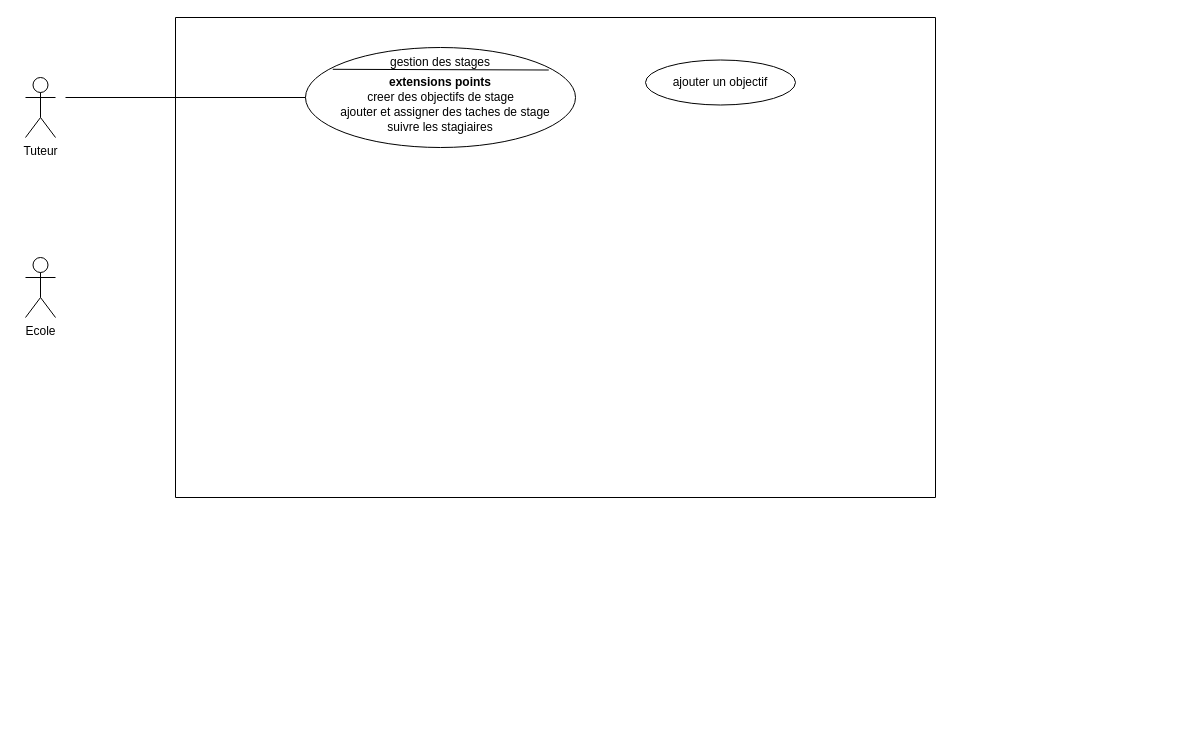
Earlier version of the draw.io diagram public/assets/Diagramme sans nom.drawio (A2blackMZ/Sams-Dine-ALIDOU). Source tidied: cells renumbered, new cells numbered last; positions are measured from the earlier drawing's top-left corner, leaving out a move shared by most shapes. Both pictures are drawn from the tidied source at 100%, with x=0, y=0 at pixel (25, 17).
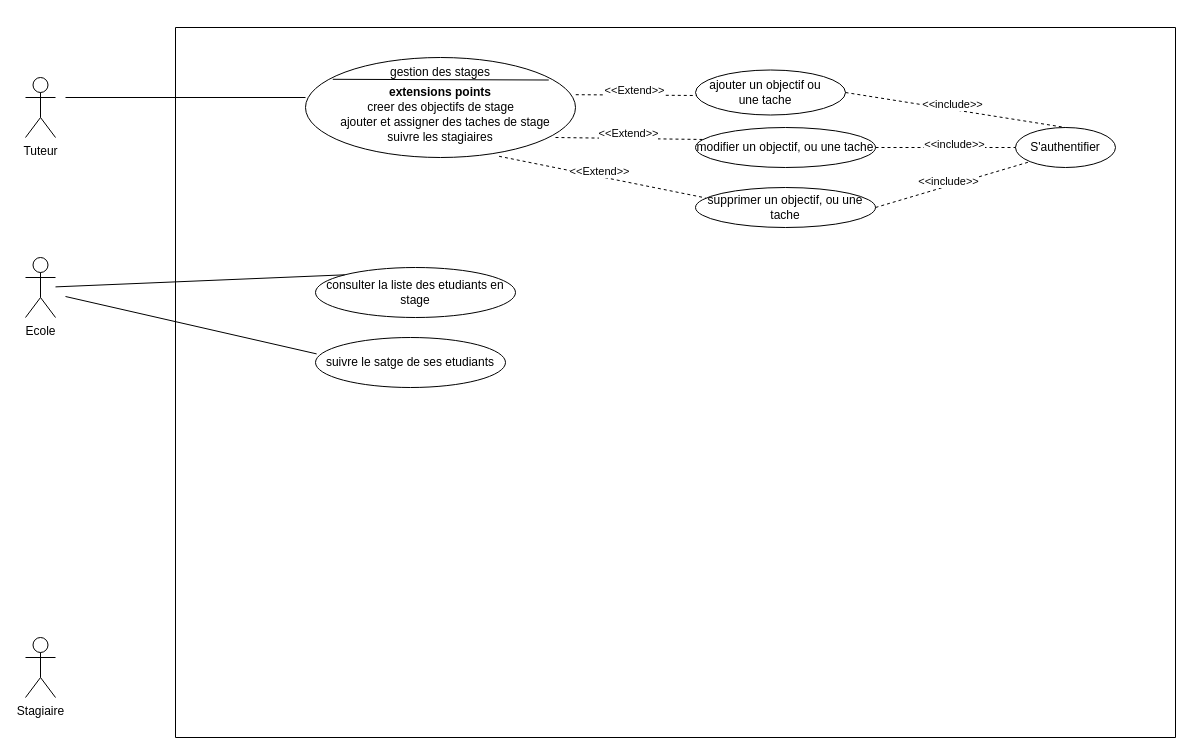
After the change.

Commit message (it also covers changes not shown here):
Mettre à jour Diagramme sans nom.drawio

The change refers to these unchanged cells:
```xml
<mxCell id="4" style="ellipse;whiteSpace=wrap;html=1;" parent="3" vertex="1">
  <mxGeometry x="130" y="30" width="270" height="100" as="geometry" />
</mxCell>
<mxCell id="9" value="ajouter et assigner des taches de stage" style="text;html=1;align=center;verticalAlign=middle;whiteSpace=wrap;rounded=0;" parent="3" vertex="1">
  <mxGeometry x="160" y="80" width="220" height="30" as="geometry" />
</mxCell>
<mxCell id="13" value="Ecole" style="shape=umlActor;verticalLabelPosition=bottom;verticalAlign=top;html=1;outlineConnect=0;" parent="1" vertex="1">
  <mxGeometry y="240" width="30" height="60" as="geometry" />
</mxCell>
```

What changed in the source:
```diff
@@
     <mxCell id="3" value="&#10;" style="swimlane;startSize=0;" parent="1" vertex="1">
-      <mxGeometry x="150" width="760" height="480" as="geometry" />
+      <mxGeometry x="150" y="10" width="1000" height="710" as="geometry" />
     </mxCell>
@@
     <mxCell id="11" style="ellipse;whiteSpace=wrap;html=1;" parent="3" vertex="1">
-      <mxGeometry x="470" y="42.5" width="150" height="45" as="geometry" />
+      <mxGeometry x="520" y="42.5" width="150" height="45" as="geometry" />
     </mxCell>
-    <mxCell id="12" value="ajouter un objectif" style="text;html=1;align=center;verticalAlign=middle;whiteSpace=wrap;rounded=0;" parent="3" vertex="1">
-      <mxGeometry x="485" y="50" width="120" height="30" as="geometry" />
+    <mxCell id="12" value="ajouter un objectif ou une tache" style="text;html=1;align=center;verticalAlign=middle;whiteSpace=wrap;rounded=0;" parent="3" vertex="1">
+      <mxGeometry x="530" y="50" width="120" height="30" as="geometry" />
     </mxCell>
+    <mxCell id="15" value="modifier un objectif, ou une tache" style="ellipse;whiteSpace=wrap;html=1;" parent="3" vertex="1">
+      <mxGeometry x="520" y="100" width="180" height="40" as="geometry" />
+    </mxCell>
+    <mxCell id="16" value="supprimer un objectif, ou une tache" style="ellipse;whiteSpace=wrap;html=1;" parent="3" vertex="1">
+      <mxGeometry x="520" y="160" width="180" height="40" as="geometry" />
+    </mxCell>
+    <mxCell id="17" style="endArrow=none;dashed=1;html=1;rounded=0;entryX=-0.073;entryY=0.6;entryDx=0;entryDy=0;entryPerimeter=0;exitX=1.001;exitY=0.372;exitDx=0;exitDy=0;exitPerimeter=0;" parent="3" edge="1" source="4" target="12">
+      <mxGeometry relative="1" as="geometry" />
+    </mxCell>
+    <mxCell id="18" value="&amp;lt;&amp;lt;Extend&amp;gt;&amp;gt;" style="edgeLabel;html=1;align=center;verticalAlign=middle;" parent="17" vertex="1">
+      <mxGeometry x="-0.04" y="5" relative="1" as="geometry" />
+    </mxCell>
+    <mxCell id="19" style="endArrow=none;dashed=1;html=1;rounded=0;entryX=0.051;entryY=0.3;entryDx=0;entryDy=0;entryPerimeter=0;exitX=1;exitY=1;exitDx=0;exitDy=0;" parent="3" edge="1" source="9" target="15">
+      <mxGeometry relative="1" as="geometry" />
+    </mxCell>
+    <mxCell id="20" value="&amp;lt;&amp;lt;Extend&amp;gt;&amp;gt;" style="edgeLabel;html=1;align=center;verticalAlign=middle;" parent="19" vertex="1">
+      <mxGeometry x="-0.04" y="5" relative="1" as="geometry" />
+    </mxCell>
+    <mxCell id="21" style="endArrow=none;dashed=1;html=1;rounded=0;entryX=0.056;entryY=0.26;entryDx=0;entryDy=0;entryPerimeter=0;exitX=0.717;exitY=0.988;exitDx=0;exitDy=0;exitPerimeter=0;" parent="3" edge="1" source="4" target="16">
+      <mxGeometry relative="1" as="geometry" />
+    </mxCell>
+    <mxCell id="22" value="&amp;lt;&amp;lt;Extend&amp;gt;&amp;gt;" style="edgeLabel;html=1;align=center;verticalAlign=middle;" parent="21" vertex="1">
+      <mxGeometry x="-0.04" y="5" relative="1" as="geometry" />
+    </mxCell>
+    <mxCell id="23" value="S'authentifier" style="ellipse;whiteSpace=wrap;html=1;" parent="3" vertex="1">
+      <mxGeometry x="840" y="100" width="100" height="40" as="geometry" />
+    </mxCell>
+    <mxCell id="24" style="endArrow=none;dashed=1;html=1;rounded=0;entryX=0.5;entryY=0;entryDx=0;entryDy=0;exitX=1;exitY=0.5;exitDx=0;exitDy=0;" parent="3" edge="1">
+      <mxGeometry relative="1" as="geometry">
+        <mxPoint x="670" y="65" as="sourcePoint" />
+        <mxPoint x="890" y="100" as="targetPoint" />
+      </mxGeometry>
+    </mxCell>
+    <mxCell id="25" value="&amp;lt;&amp;lt;include&amp;gt;&amp;gt;" style="edgeLabel;html=1;align=center;verticalAlign=middle;" parent="24" vertex="1">
+      <mxGeometry x="-0.04" y="5" relative="1" as="geometry" />
+    </mxCell>
+    <mxCell id="26" style="endArrow=none;dashed=1;html=1;rounded=0;entryX=0;entryY=1;entryDx=0;entryDy=0;exitX=1;exitY=0.5;exitDx=0;exitDy=0;" parent="3" edge="1" source="16" target="23">
+      <mxGeometry relative="1" as="geometry" />
+    </mxCell>
+    <mxCell id="27" value="&amp;lt;&amp;lt;include&amp;gt;&amp;gt;" style="edgeLabel;html=1;align=center;verticalAlign=middle;" parent="26" vertex="1">
+      <mxGeometry x="-0.04" y="5" relative="1" as="geometry" />
+    </mxCell>
+    <mxCell id="28" value="consulter la liste des etudiants en stage" style="ellipse;whiteSpace=wrap;html=1;" parent="3" vertex="1">
+      <mxGeometry x="140" y="240" width="200" height="50" as="geometry" />
+    </mxCell>
+    <mxCell id="29" value="suivre le satge de ses etudiants" style="ellipse;whiteSpace=wrap;html=1;" parent="3" vertex="1">
+      <mxGeometry x="140" y="310" width="190" height="50" as="geometry" />
+    </mxCell>
@@
+    <mxCell id="30" style="endArrow=none;dashed=1;html=1;rounded=0;exitX=1;exitY=0.5;exitDx=0;exitDy=0;" parent="1" edge="1" source="15">
+      <mxGeometry relative="1" as="geometry">
+        <mxPoint x="990" y="130" as="targetPoint" />
+      </mxGeometry>
+    </mxCell>
+    <mxCell id="31" value="&amp;lt;&amp;lt;include&amp;gt;&amp;gt;" style="edgeLabel;html=1;align=center;verticalAlign=middle;" parent="30" vertex="1">
+      <mxGeometry x="0.11" y="4" relative="1" as="geometry" />
+    </mxCell>
+    <mxCell id="32" style="endArrow=none;html=1;rounded=0;entryX=0;entryY=0;entryDx=0;entryDy=0;" parent="1" edge="1" source="13" target="28">
+      <mxGeometry relative="1" as="geometry" />
+    </mxCell>
+    <mxCell id="33" style="endArrow=none;html=1;rounded=0;entryX=0.006;entryY=0.328;entryDx=0;entryDy=0;entryPerimeter=0;" parent="1" edge="1" target="29">
+      <mxGeometry relative="1" as="geometry">
+        <mxPoint x="40" y="279" as="sourcePoint" />
+      </mxGeometry>
+    </mxCell>
+    <mxCell id="34" value="Stagiaire&lt;div&gt;&lt;br&gt;&lt;/div&gt;" style="shape=umlActor;verticalLabelPosition=bottom;verticalAlign=top;html=1;" parent="1" vertex="1">
+      <mxGeometry y="620" width="30" height="60" as="geometry" />
+    </mxCell>
```
